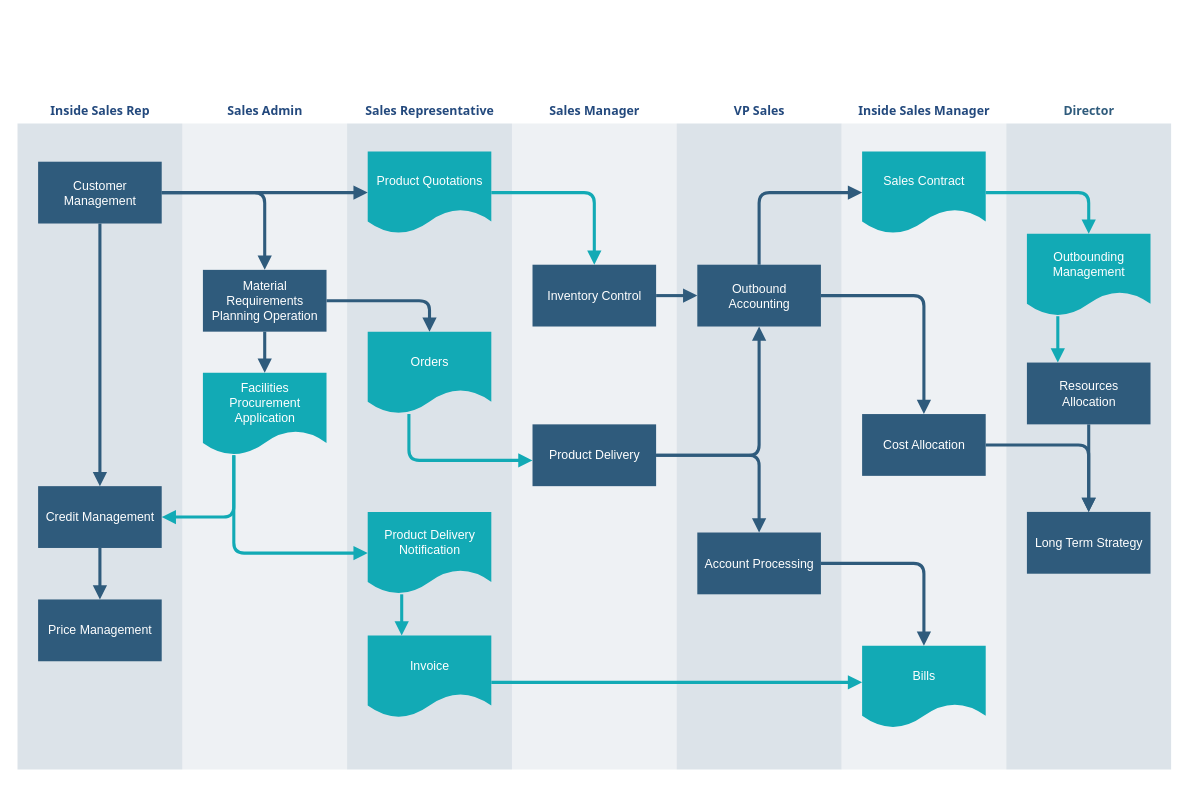
Earlier version of the draw.io diagram 未命名绘图.drawio (Conchboy/Conchboy). Source tidied: cells renumbered, new cells numbered last; positions are measured from the earlier drawing's top-left corner, leaving out a move shared by most shapes. Both pictures are drawn from the tidied source at 103%, with x=0, y=0 at pixel (16, 99).
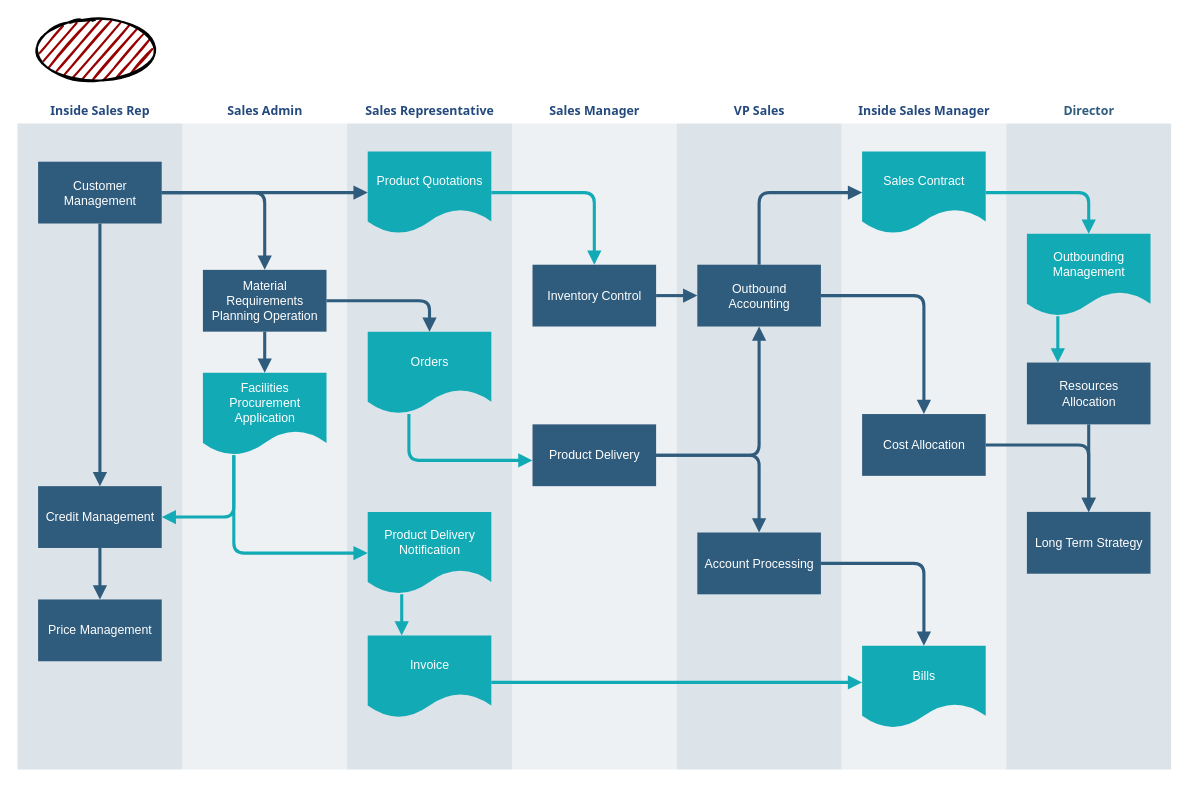
The same diagram, later.

What changed in the source:
```diff
@@
+    <mxCell id="50" style="ellipse;whiteSpace=wrap;html=1;strokeWidth=2;fillWeight=2;hachureGap=8;fillColor=#990000;fillStyle=dots;sketch=1;" parent="1" vertex="1">
+      <mxGeometry x="16" y="-78" width="120" height="60" as="geometry" />
+    </mxCell>
```
